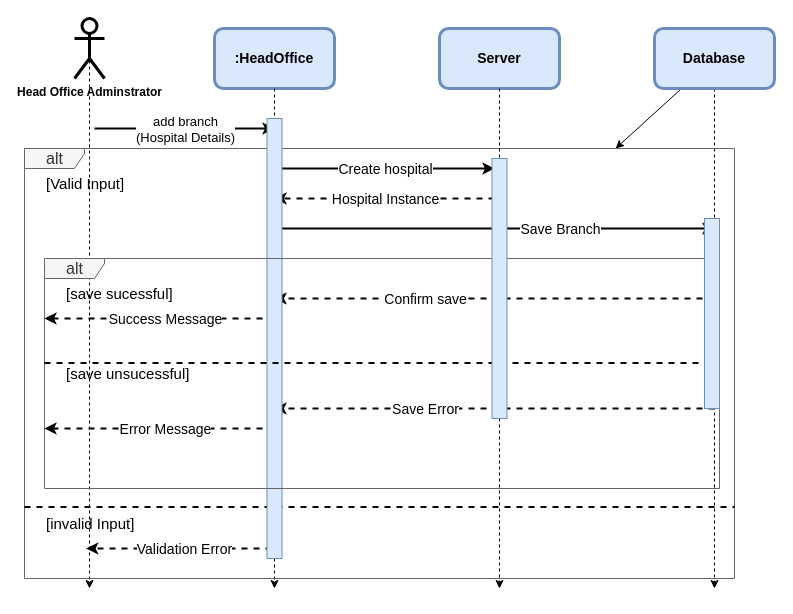
The draw.io diagram UseCase_Diagram/Biruh/addBranch.dio in Nama21yo/SDS-EMR, before the edit. Source tidied: cells renumbered, new cells numbered last; positions are measured from the earlier drawing's top-left corner, leaving out a move shared by most shapes. Both pictures are drawn from the tidied source at 100%, with x=0, y=0 at pixel (24, 18).
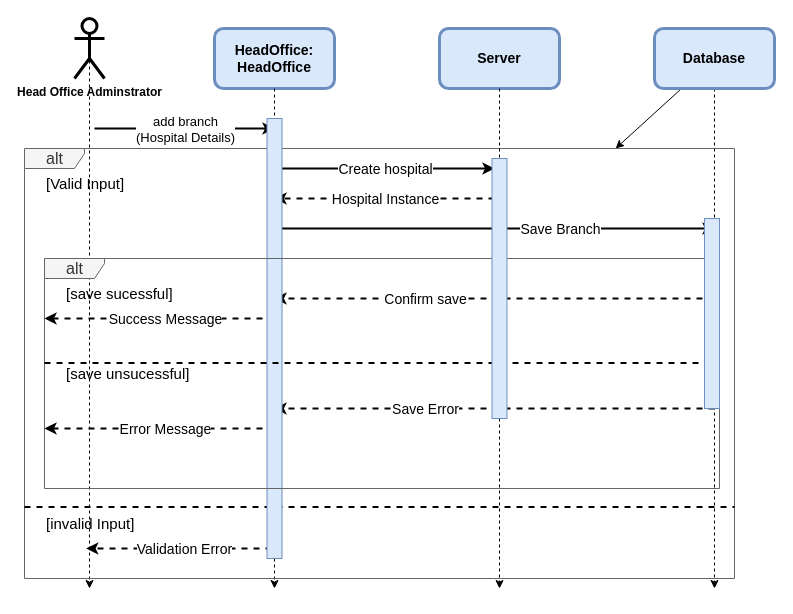
After the change.

Change to the diagram source:
```diff
@@
-    <mxCell id="5" value="&lt;font color=&quot;#000000&quot;&gt;&lt;span style=&quot;font-size: 14px;&quot;&gt;&lt;b&gt;:HeadOffice&lt;/b&gt;&lt;/span&gt;&lt;/font&gt;" style="rounded=1;whiteSpace=wrap;html=1;strokeWidth=3;fillColor=#dae8fc;strokeColor=#6c8ebf;" parent="1" vertex="1">
+    <mxCell id="5" value="&lt;font color=&quot;#000000&quot;&gt;&lt;span style=&quot;font-size: 14px;&quot;&gt;&lt;b&gt;HeadOffice:&lt;br&gt;HeadOffice&lt;/b&gt;&lt;/span&gt;&lt;/font&gt;" style="rounded=1;whiteSpace=wrap;html=1;strokeWidth=3;fillColor=#dae8fc;strokeColor=#6c8ebf;" parent="1" vertex="1">
       <mxGeometry x="190" y="10" width="120" height="60" as="geometry" />
     </mxCell>
```
